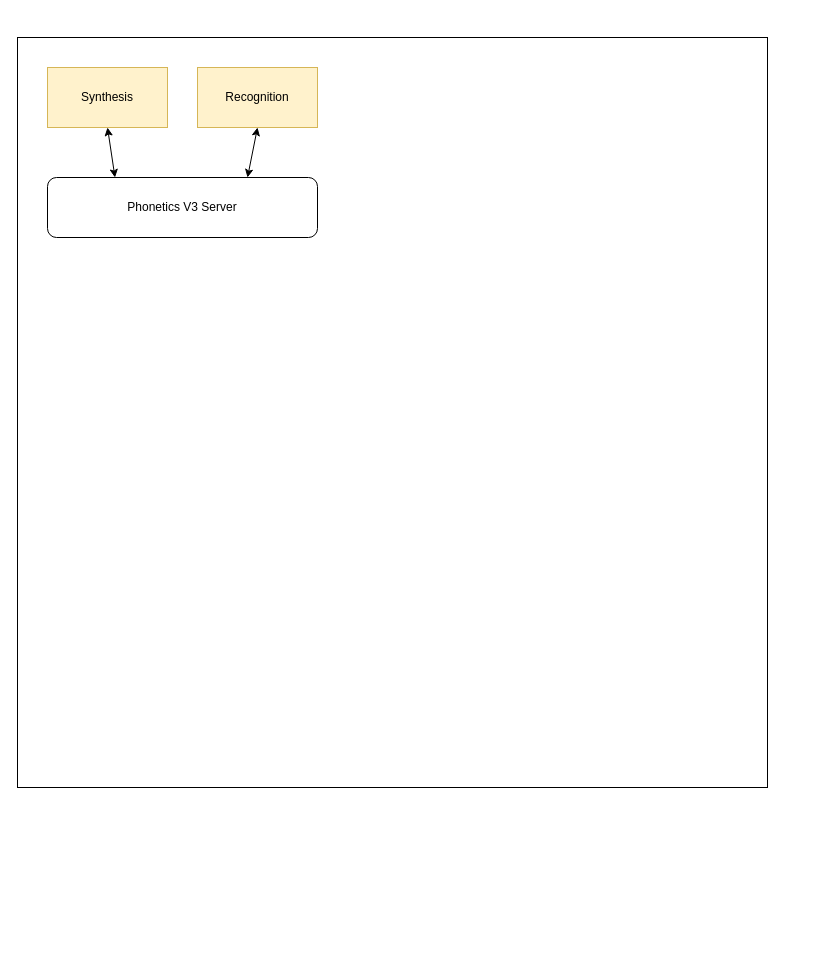
The draw.io diagram Untitled Diagram.drawio in JohnSloan8/abair-system-architecture-diagram, before the edit. Source tidied: cells renumbered, new cells numbered last; positions are measured from the earlier drawing's top-left corner, leaving out a move shared by most shapes. Both pictures are drawn from the tidied source at 100%, with x=0, y=0 at pixel (17, 37).
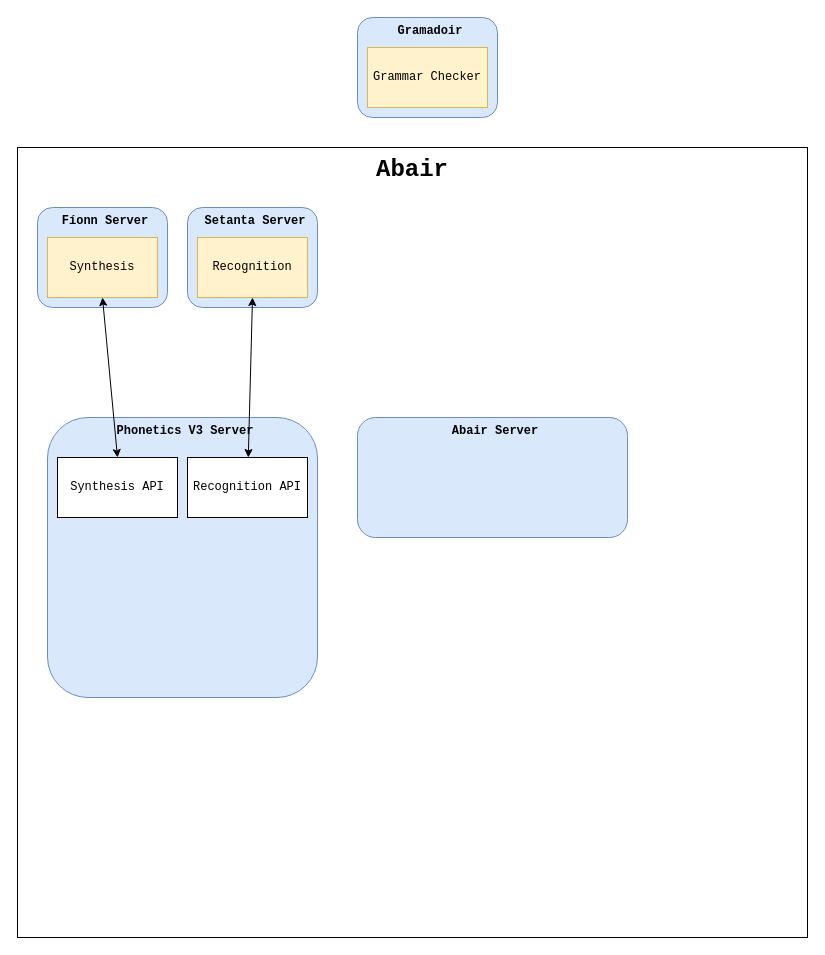
The same page after the edit.

What changed in the source:
```diff
@@
 <mxGraphModel>
   <root>
     <mxCell id="0" />
     <mxCell id="1" parent="0" />
-    <mxCell id="2" style="whiteSpace=wrap;html=1;" parent="1" vertex="1">
-      <mxGeometry width="750" height="750" as="geometry" />
+    <mxCell id="2" value="&lt;font face=&quot;Courier New&quot;&gt;&lt;b&gt;Abair&lt;/b&gt;&lt;/font&gt;" style="whiteSpace=wrap;html=1;verticalAlign=top;fontSize=24;fontFamily=Verdana;" parent="1" vertex="1">
+      <mxGeometry y="110" width="790" height="790" as="geometry" />
     </mxCell>
-    <mxCell id="3" value="Synthesis" style="rounded=0;whiteSpace=wrap;html=1;fillColor=#fff2cc;strokeColor=#d6b656;" parent="1" vertex="1">
-      <mxGeometry x="30" y="30" width="120" height="60" as="geometry" />
-    </mxCell>
-    <mxCell id="4" value="Recognition" style="rounded=0;whiteSpace=wrap;html=1;fillColor=#fff2cc;strokeColor=#d6b656;" parent="1" vertex="1">
-      <mxGeometry x="180" y="30" width="120" height="60" as="geometry" />
-    </mxCell>
+    <mxCell id="8" value="Fíonn Server" style="rounded=1;whiteSpace=wrap;html=1;verticalAlign=top;align=center;labelPosition=center;verticalLabelPosition=middle;fontStyle=1;spacingTop=0;spacingLeft=6;fillColor=#dae8fc;strokeColor=#6c8ebf;fontFamily=Courier New;" parent="1" vertex="1">
+      <mxGeometry x="20" y="170" width="130" height="100" as="geometry" />
+    </mxCell>
-    <mxCell id="5" value="Phonetics V3 Server" style="rounded=1;whiteSpace=wrap;html=1;" parent="1" vertex="1">
-      <mxGeometry x="30" y="140" width="270" height="60" as="geometry" />
+    <mxCell id="5" value="Phonetics V3 Server" style="rounded=1;whiteSpace=wrap;html=1;verticalAlign=top;align=center;labelPosition=center;verticalLabelPosition=middle;fontStyle=1;spacingTop=0;spacingLeft=6;fillColor=#dae8fc;strokeColor=#6c8ebf;fontFamily=Courier New;" parent="1" vertex="1">
+      <mxGeometry x="30" y="380" width="270" height="280" as="geometry" />
     </mxCell>
-    <mxCell id="6" style="endArrow=classic;startArrow=classic;html=1;rounded=0;entryX=0.5;entryY=1;entryDx=0;entryDy=0;exitX=0.25;exitY=0;exitDx=0;exitDy=0;" parent="1" edge="1" source="5" target="3">
+    <mxCell id="6" style="endArrow=classic;startArrow=classic;html=1;rounded=0;entryX=0.5;entryY=1;entryDx=0;entryDy=0;exitX=0.5;exitY=0;exitDx=0;exitDy=0;" parent="1" edge="1" source="9" target="3">
       <mxGeometry relative="1" as="geometry" />
     </mxCell>
+    <mxCell id="9" value="Synthesis API" style="rounded=0;whiteSpace=wrap;html=1;fontFamily=Courier New;" parent="1" vertex="1">
+      <mxGeometry x="40" y="420" width="120" height="60" as="geometry" />
+    </mxCell>
+    <mxCell id="10" value="Recognition API" style="rounded=0;whiteSpace=wrap;html=1;fontFamily=Courier New;" parent="1" vertex="1">
+      <mxGeometry x="170" y="420" width="120" height="60" as="geometry" />
+    </mxCell>
+    <mxCell id="3" value="Synthesis" style="rounded=0;whiteSpace=wrap;html=1;fillColor=#fff2cc;strokeColor=#d6b656;fontFamily=Courier New;" parent="1" vertex="1">
+      <mxGeometry x="30" y="200" width="110" height="60" as="geometry" />
+    </mxCell>
+    <mxCell id="11" value="Setanta Server" style="rounded=1;whiteSpace=wrap;html=1;verticalAlign=top;align=center;labelPosition=center;verticalLabelPosition=middle;fontStyle=1;spacingTop=0;spacingLeft=6;fillColor=#dae8fc;strokeColor=#6c8ebf;fontFamily=Courier New;" parent="1" vertex="1">
+      <mxGeometry x="170" y="170" width="130" height="100" as="geometry" />
+    </mxCell>
+    <mxCell id="4" value="Recognition" style="rounded=0;whiteSpace=wrap;html=1;fillColor=#fff2cc;strokeColor=#d6b656;fontFamily=Courier New;" parent="1" vertex="1">
+      <mxGeometry x="180" y="200" width="110" height="60" as="geometry" />
+    </mxCell>
+    <mxCell id="12" value="Abair Server" style="rounded=1;whiteSpace=wrap;html=1;verticalAlign=top;align=center;labelPosition=center;verticalLabelPosition=middle;fontStyle=1;spacingTop=0;spacingLeft=6;fillColor=#dae8fc;strokeColor=#6c8ebf;fontFamily=Courier New;" parent="1" vertex="1">
+      <mxGeometry x="340" y="380" width="270" height="120" as="geometry" />
+    </mxCell>
-    <mxCell id="7" style="endArrow=classic;startArrow=classic;html=1;rounded=0;entryX=0.5;entryY=1;entryDx=0;entryDy=0;" parent="1" edge="1" target="4">
-      <mxGeometry relative="1" as="geometry">
-        <mxPoint x="230" y="140" as="sourcePoint" />
-      </mxGeometry>
+    <mxCell id="7" style="endArrow=classic;startArrow=classic;html=1;rounded=0;entryX=0.5;entryY=1;entryDx=0;entryDy=0;" parent="1" edge="1" source="10" target="4">
+      <mxGeometry relative="1" as="geometry" />
     </mxCell>
+    <mxCell id="13" value="Gramadoir" style="rounded=1;whiteSpace=wrap;html=1;verticalAlign=top;align=center;labelPosition=center;verticalLabelPosition=middle;fontStyle=1;spacingTop=0;spacingLeft=6;fillColor=#dae8fc;strokeColor=#6c8ebf;fontFamily=Courier New;" parent="1" vertex="1">
+      <mxGeometry x="340" y="-20" width="140" height="100" as="geometry" />
+    </mxCell>
+    <mxCell id="14" value="Grammar Checker" style="rounded=0;whiteSpace=wrap;html=1;fillColor=#fff2cc;strokeColor=#d6b656;fontFamily=Courier New;" parent="1" vertex="1">
+      <mxGeometry x="350" y="10" width="120" height="60" as="geometry" />
+    </mxCell>
   </root>
 </mxGraphModel>
```
